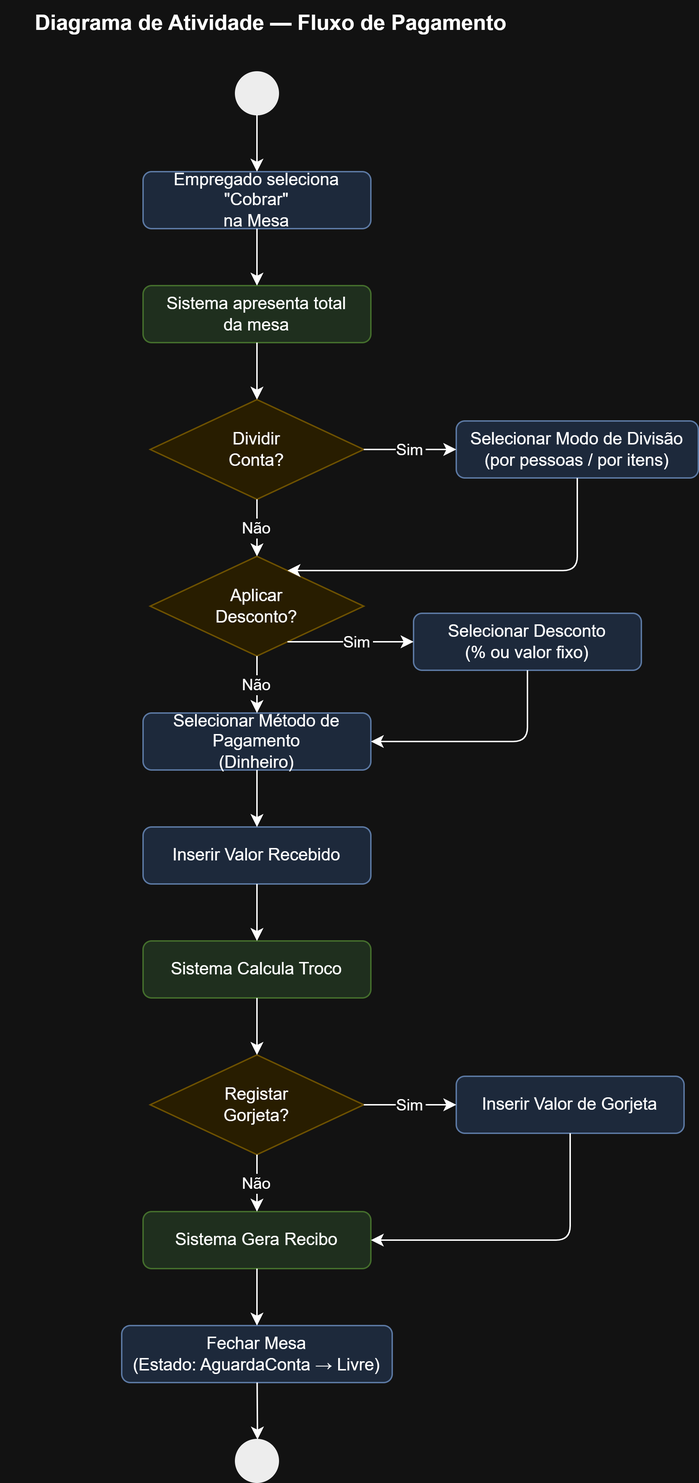
Above: Diagramas, Relatorios/Diagramas/atividade_fluxo_pagamento.drawio.png in jdaniel2004/LPEI-YOURKITCHEN (draw.io), before the change. Source tidied: cells renumbered, new cells last; positions are measured from the earlier drawing's top-left corner, leaving out a move shared by most shapes.
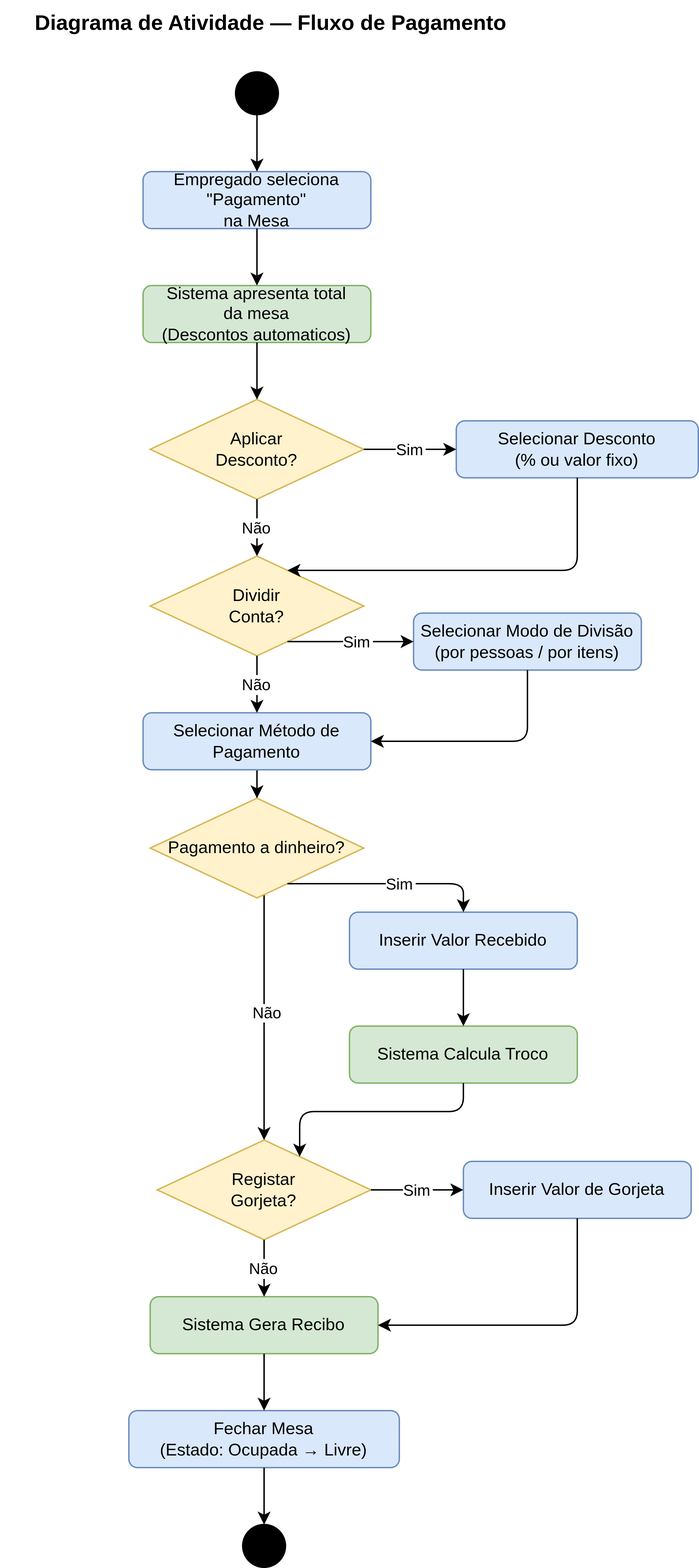
After the change.

Change to the diagram source:
```diff
@@ -8,47 +8,50 @@
     <mxCell id="3" style="ellipse;fillColor=#000000;strokeColor=#000000;" parent="1" vertex="1">
       <mxGeometry x="165" y="50" width="30" height="30" as="geometry" />
     </mxCell>
-    <mxCell id="4" value="Empregado seleciona &quot;Cobrar&quot;&#10;na Mesa" style="rounded=1;whiteSpace=wrap;html=1;fillColor=#dae8fc;strokeColor=#6c8ebf;" parent="1" vertex="1">
+    <mxCell id="4" value="Empregado seleciona &quot;Pagamento&quot;&lt;br&gt;na Mesa" style="rounded=1;whiteSpace=wrap;html=1;fillColor=#dae8fc;strokeColor=#6c8ebf;" parent="1" vertex="1">
       <mxGeometry x="100" y="120" width="160" height="40" as="geometry" />
     </mxCell>
-    <mxCell id="5" value="Sistema apresenta total&#10;da mesa" style="rounded=1;whiteSpace=wrap;html=1;fillColor=#d5e8d4;strokeColor=#82b366;" parent="1" vertex="1">
+    <mxCell id="5" value="Sistema apresenta total&lt;br&gt;da mesa&lt;div&gt;(Descontos automaticos)&lt;/div&gt;" style="rounded=1;whiteSpace=wrap;html=1;fillColor=#d5e8d4;strokeColor=#82b366;" parent="1" vertex="1">
       <mxGeometry x="100" y="200" width="160" height="40" as="geometry" />
     </mxCell>
-    <mxCell id="6" value="Dividir&#10;Conta?" style="rhombus;whiteSpace=wrap;html=1;fillColor=#fff2cc;strokeColor=#d6b656;" parent="1" vertex="1">
+    <mxCell id="6" value="Aplicar&lt;br&gt;Desconto?" style="rhombus;whiteSpace=wrap;html=1;fillColor=#fff2cc;strokeColor=#d6b656;" parent="1" vertex="1">
       <mxGeometry x="105" y="280" width="150" height="70" as="geometry" />
     </mxCell>
-    <mxCell id="7" value="Selecionar Modo de Divisão&#10;(por pessoas / por itens)" style="rounded=1;whiteSpace=wrap;html=1;fillColor=#dae8fc;strokeColor=#6c8ebf;" parent="1" vertex="1">
+    <mxCell id="7" value="Selecionar Desconto&lt;br&gt;(% ou valor fixo)" style="rounded=1;whiteSpace=wrap;html=1;fillColor=#dae8fc;strokeColor=#6c8ebf;" parent="1" vertex="1">
       <mxGeometry x="320" y="295" width="170" height="40" as="geometry" />
     </mxCell>
-    <mxCell id="8" value="Aplicar&#10;Desconto?" style="rhombus;whiteSpace=wrap;html=1;fillColor=#fff2cc;strokeColor=#d6b656;" parent="1" vertex="1">
+    <mxCell id="8" value="Dividir&lt;br&gt;Conta?" style="rhombus;whiteSpace=wrap;html=1;fillColor=#fff2cc;strokeColor=#d6b656;" parent="1" vertex="1">
       <mxGeometry x="105" y="390" width="150" height="70" as="geometry" />
     </mxCell>
-    <mxCell id="9" value="Selecionar Desconto&#10;(% ou valor fixo)" style="rounded=1;whiteSpace=wrap;html=1;fillColor=#dae8fc;strokeColor=#6c8ebf;" parent="1" vertex="1">
+    <mxCell id="9" value="Selecionar Modo de Divisão&lt;br&gt;(por pessoas / por itens)" style="rounded=1;whiteSpace=wrap;html=1;fillColor=#dae8fc;strokeColor=#6c8ebf;" parent="1" vertex="1">
       <mxGeometry x="290" y="430" width="160" height="40" as="geometry" />
     </mxCell>
+    <mxCell id="35" style="edgeStyle=orthogonalEdgeStyle;rounded=0;jettySize=auto;html=1;" parent="1" edge="1" source="10" target="38">
+      <mxGeometry relative="1" as="geometry" />
+    </mxCell>
-    <mxCell id="10" value="Selecionar Método de Pagamento&#10;(Dinheiro)" style="rounded=1;whiteSpace=wrap;html=1;fillColor=#dae8fc;strokeColor=#6c8ebf;" parent="1" vertex="1">
+    <mxCell id="10" value="Selecionar Método de Pagamento" style="rounded=1;whiteSpace=wrap;html=1;fillColor=#dae8fc;strokeColor=#6c8ebf;" parent="1" vertex="1">
       <mxGeometry x="100" y="500" width="160" height="40" as="geometry" />
     </mxCell>
     <mxCell id="11" value="Inserir Valor Recebido" style="rounded=1;whiteSpace=wrap;html=1;fillColor=#dae8fc;strokeColor=#6c8ebf;" parent="1" vertex="1">
-      <mxGeometry x="100" y="580" width="160" height="40" as="geometry" />
+      <mxGeometry x="245" y="640" width="160" height="40" as="geometry" />
     </mxCell>
     <mxCell id="12" value="Sistema Calcula Troco" style="rounded=1;whiteSpace=wrap;html=1;fillColor=#d5e8d4;strokeColor=#82b366;" parent="1" vertex="1">
-      <mxGeometry x="100" y="660" width="160" height="40" as="geometry" />
+      <mxGeometry x="245" y="720" width="160" height="40" as="geometry" />
     </mxCell>
     <mxCell id="13" value="Registar&#10;Gorjeta?" style="rhombus;whiteSpace=wrap;html=1;fillColor=#fff2cc;strokeColor=#d6b656;" parent="1" vertex="1">
-      <mxGeometry x="105" y="740" width="150" height="70" as="geometry" />
+      <mxGeometry x="110" y="800" width="150" height="70" as="geometry" />
     </mxCell>
     <mxCell id="14" value="Inserir Valor de Gorjeta" style="rounded=1;whiteSpace=wrap;html=1;fillColor=#dae8fc;strokeColor=#6c8ebf;" parent="1" vertex="1">
-      <mxGeometry x="320" y="755" width="160" height="40" as="geometry" />
+      <mxGeometry x="325" y="815" width="160" height="40" as="geometry" />
     </mxCell>
     <mxCell id="15" value="Sistema Gera Recibo" style="rounded=1;whiteSpace=wrap;html=1;fillColor=#d5e8d4;strokeColor=#82b366;" parent="1" vertex="1">
-      <mxGeometry x="100" y="850" width="160" height="40" as="geometry" />
+      <mxGeometry x="105" y="910" width="160" height="40" as="geometry" />
     </mxCell>
-    <mxCell id="16" value="Fechar Mesa&#10;(Estado: AguardaConta → Livre)" style="rounded=1;whiteSpace=wrap;html=1;fillColor=#dae8fc;strokeColor=#6c8ebf;" parent="1" vertex="1">
-      <mxGeometry x="85" y="930" width="190" height="40" as="geometry" />
+    <mxCell id="16" value="Fechar Mesa&lt;br&gt;(Estado: Ocupada → Livre)" style="rounded=1;whiteSpace=wrap;html=1;fillColor=#dae8fc;strokeColor=#6c8ebf;" parent="1" vertex="1">
+      <mxGeometry x="90" y="990" width="190" height="40" as="geometry" />
     </mxCell>
     <mxCell id="17" style="ellipse;fillColor=#000000;strokeColor=#000000;shape=doubleEllipse;" parent="1" vertex="1">
-      <mxGeometry x="165" y="1010" width="30" height="30" as="geometry" />
+      <mxGeometry x="170" y="1070" width="30" height="30" as="geometry" />
     </mxCell>
     <mxCell id="18" parent="1" edge="1" source="3" target="4">
       <mxGeometry relative="1" as="geometry" />
@@ -90,14 +93,16 @@
         </Array>
       </mxGeometry>
     </mxCell>
-    <mxCell id="27" parent="1" edge="1" source="10" target="11">
-      <mxGeometry relative="1" as="geometry" />
-    </mxCell>
     <mxCell id="28" parent="1" edge="1" source="11" target="12">
       <mxGeometry relative="1" as="geometry" />
     </mxCell>
-    <mxCell id="29" parent="1" edge="1" source="12" target="13">
-      <mxGeometry relative="1" as="geometry" />
+    <mxCell id="29" style="edgeStyle=orthogonalEdgeStyle;" parent="1" edge="1" source="12" target="13">
+      <mxGeometry relative="1" as="geometry">
+        <Array as="points">
+          <mxPoint x="325" y="780" />
+          <mxPoint x="210" y="780" />
+        </Array>
+      </mxGeometry>
     </mxCell>
     <mxCell id="30" value="Sim" parent="1" edge="1" source="13" target="14">
       <mxGeometry relative="1" as="geometry" />
@@ -108,7 +113,7 @@
     <mxCell id="32" style="edgeStyle=orthogonalEdgeStyle;" parent="1" edge="1" source="14" target="15">
       <mxGeometry relative="1" as="geometry">
         <Array as="points">
-          <mxPoint x="400" y="870" />
+          <mxPoint x="405" y="930" />
         </Array>
       </mxGeometry>
     </mxCell>
@@ -118,5 +123,26 @@
     <mxCell id="34" parent="1" edge="1" source="16" target="17">
       <mxGeometry relative="1" as="geometry" />
     </mxCell>
+    <mxCell id="36" style="edgeStyle=orthogonalEdgeStyle;rounded=0;jettySize=auto;html=1;" parent="1" edge="1" source="38" target="13">
+      <mxGeometry relative="1" as="geometry">
+        <Array as="points">
+          <mxPoint x="185" y="670" />
+          <mxPoint x="185" y="670" />
+        </Array>
+      </mxGeometry>
+    </mxCell>
+    <mxCell id="37" value="Não" style="edgeLabel;html=1;align=center;verticalAlign=middle;" parent="36" vertex="1">
+      <mxGeometry x="-0.04" y="2" relative="1" as="geometry" />
+    </mxCell>
+    <mxCell id="38" value="Pagamento a dinheiro?" style="rhombus;whiteSpace=wrap;html=1;fillColor=#fff2cc;strokeColor=#d6b656;" parent="1" vertex="1">
+      <mxGeometry x="105" y="560" width="150" height="70" as="geometry" />
+    </mxCell>
+    <mxCell id="39" value="Sim" style="startArrow=none;startFill=0;edgeStyle=orthogonalEdgeStyle;" parent="1" edge="1" source="38" target="11">
+      <mxGeometry x="0.1" relative="1" as="geometry">
+        <Array as="points">
+          <mxPoint x="325" y="620" />
+        </Array>
+      </mxGeometry>
+    </mxCell>
   </root>
 </mxGraphModel>
```
